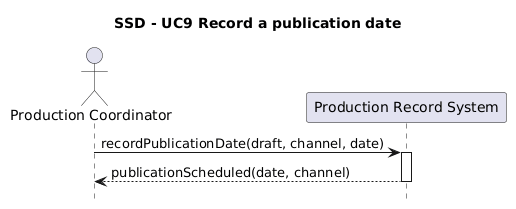
The PlantUML diagram Diagrams/System_Sequence_Diagrams/SSD_UC9_RecordPublication.png in JanArnoCoetzer/Local-Podcast-Production-Service-myrepo, before a commit. The source it was exported from:
```plantuml
@startuml
title SSD - UC9 Record a publication date

hide footbox

actor "Production Coordinator" as PC
participant "Production Record System" as S

PC -> S : recordPublicationDate(draft, channel, date)
activate S
S --> PC : publicationScheduled(date, channel)
deactivate S
@enduml
```
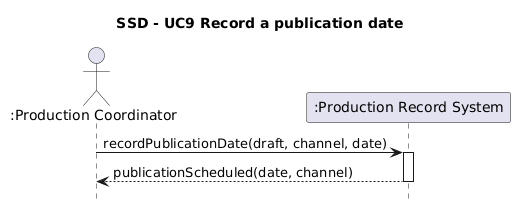
The same diagram one commit later.

Change to the diagram source:
```diff
@@ -3,8 +3,8 @@
 
 hide footbox
 
-actor "Production Coordinator" as PC
-participant "Production Record System" as S
+actor ":Production Coordinator" as PC
+participant ":Production Record System" as S
 
 PC -> S : recordPublicationDate(draft, channel, date)
 activate S
```
